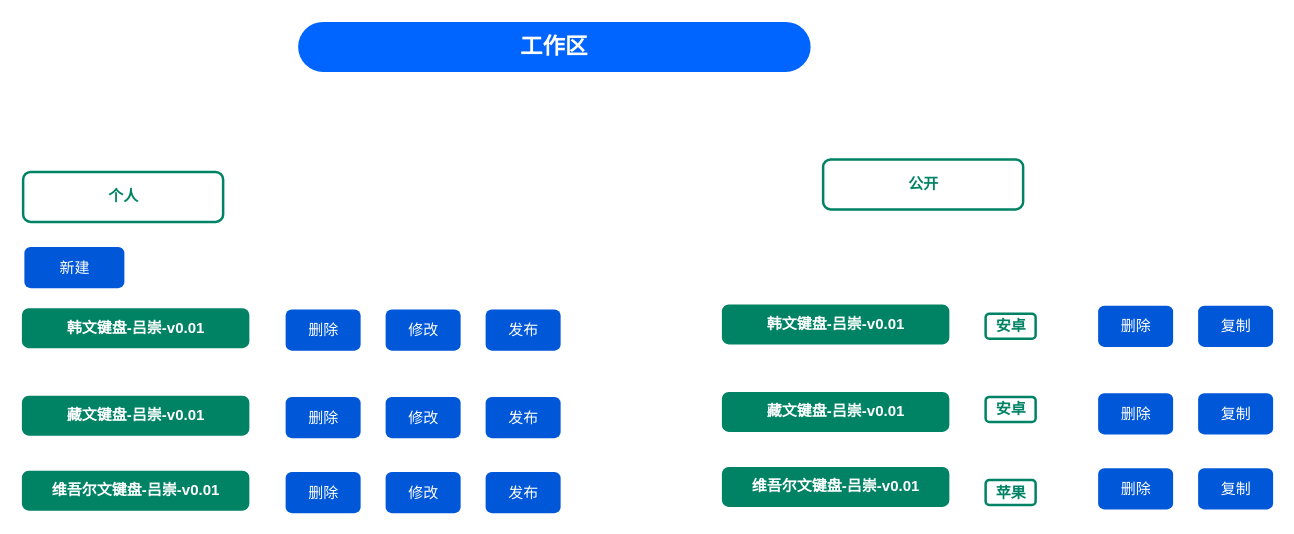
The draw.io diagram layout-editor/语言总览.drawio in chonglv/charts, before the edit. Source tidied: cells renumbered, new cells numbered last; positions are measured from the earlier drawing's top-left corner, leaving out a move shared by most shapes. Both pictures are drawn from the tidied source at 125%, with x=0, y=0 at pixel (22, 21).
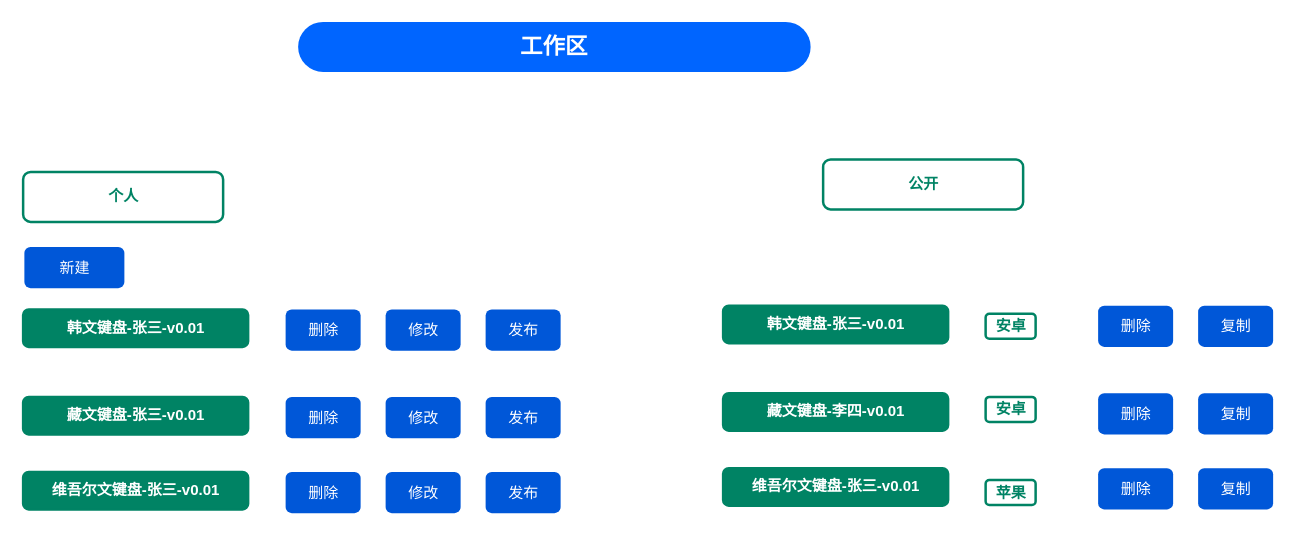
After the change.

Commit message:
更新语言总览.drawio

Diff of the diagram source:
```diff
@@
-    <mxCell id="5" value="韩文键盘-吕崇-v0.01" style="dashed=0;html=1;rounded=1;fillColor=#008364;strokeColor=#008364;fontSize=12;align=center;fontStyle=1;strokeWidth=2;fontColor=#ffffff;" parent="1" vertex="1">
+    <mxCell id="5" value="韩文键盘-张三-v0.01" style="dashed=0;html=1;rounded=1;fillColor=#008364;strokeColor=#008364;fontSize=12;align=center;fontStyle=1;strokeWidth=2;fontColor=#ffffff;" parent="1" vertex="1">
       <mxGeometry y="230" width="180" height="30" as="geometry" />
     </mxCell>
@@
-    <mxCell id="9" value="藏文键盘-吕崇-v0.01" style="dashed=0;html=1;rounded=1;fillColor=#008364;strokeColor=#008364;fontSize=12;align=center;fontStyle=1;strokeWidth=2;fontColor=#ffffff;" parent="1" vertex="1">
+    <mxCell id="9" value="藏文键盘-张三-v0.01" style="dashed=0;html=1;rounded=1;fillColor=#008364;strokeColor=#008364;fontSize=12;align=center;fontStyle=1;strokeWidth=2;fontColor=#ffffff;" parent="1" vertex="1">
       <mxGeometry y="300" width="180" height="30" as="geometry" />
     </mxCell>
@@
-    <mxCell id="13" value="维吾尔文键盘-吕崇-v0.01" style="dashed=0;html=1;rounded=1;fillColor=#008364;strokeColor=#008364;fontSize=12;align=center;fontStyle=1;strokeWidth=2;fontColor=#ffffff;" parent="1" vertex="1">
+    <mxCell id="13" value="维吾尔文键盘-张三-v0.01" style="dashed=0;html=1;rounded=1;fillColor=#008364;strokeColor=#008364;fontSize=12;align=center;fontStyle=1;strokeWidth=2;fontColor=#ffffff;" parent="1" vertex="1">
       <mxGeometry y="360" width="180" height="30" as="geometry" />
     </mxCell>
@@
-    <mxCell id="17" value="韩文键盘-吕崇-v0.01" style="dashed=0;html=1;rounded=1;fillColor=#008364;strokeColor=#008364;fontSize=12;align=center;fontStyle=1;strokeWidth=2;fontColor=#ffffff;" parent="1" vertex="1">
+    <mxCell id="17" value="韩文键盘-张三-v0.01" style="dashed=0;html=1;rounded=1;fillColor=#008364;strokeColor=#008364;fontSize=12;align=center;fontStyle=1;strokeWidth=2;fontColor=#ffffff;" parent="1" vertex="1">
       <mxGeometry x="560" y="227" width="180" height="30" as="geometry" />
     </mxCell>
@@
-    <mxCell id="20" value="藏文键盘-吕崇-v0.01" style="dashed=0;html=1;rounded=1;fillColor=#008364;strokeColor=#008364;fontSize=12;align=center;fontStyle=1;strokeWidth=2;fontColor=#ffffff;" parent="1" vertex="1">
+    <mxCell id="20" value="藏文键盘-李四-v0.01" style="dashed=0;html=1;rounded=1;fillColor=#008364;strokeColor=#008364;fontSize=12;align=center;fontStyle=1;strokeWidth=2;fontColor=#ffffff;" parent="1" vertex="1">
       <mxGeometry x="560" y="297" width="180" height="30" as="geometry" />
     </mxCell>
@@
-    <mxCell id="23" value="维吾尔文键盘-吕崇-v0.01" style="dashed=0;html=1;rounded=1;fillColor=#008364;strokeColor=#008364;fontSize=12;align=center;fontStyle=1;strokeWidth=2;fontColor=#ffffff;" parent="1" vertex="1">
+    <mxCell id="23" value="维吾尔文键盘-张三-v0.01" style="dashed=0;html=1;rounded=1;fillColor=#008364;strokeColor=#008364;fontSize=12;align=center;fontStyle=1;strokeWidth=2;fontColor=#ffffff;" parent="1" vertex="1">
       <mxGeometry x="560" y="357" width="180" height="30" as="geometry" />
     </mxCell>
```
